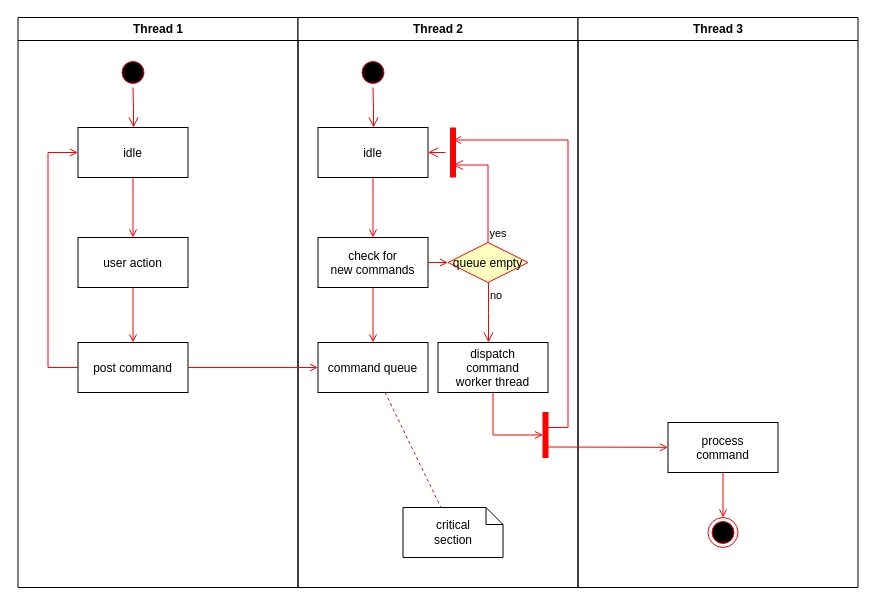
Earlier version of the draw.io diagram Untitled Diagram.drawio (SnZlateva/homework2). Source tidied: cells renumbered, new cells numbered last; positions are measured from the earlier drawing's top-left corner, leaving out a move shared by most shapes. Both pictures are drawn from the tidied source at 100%, with x=0, y=0 at pixel (17, 17).
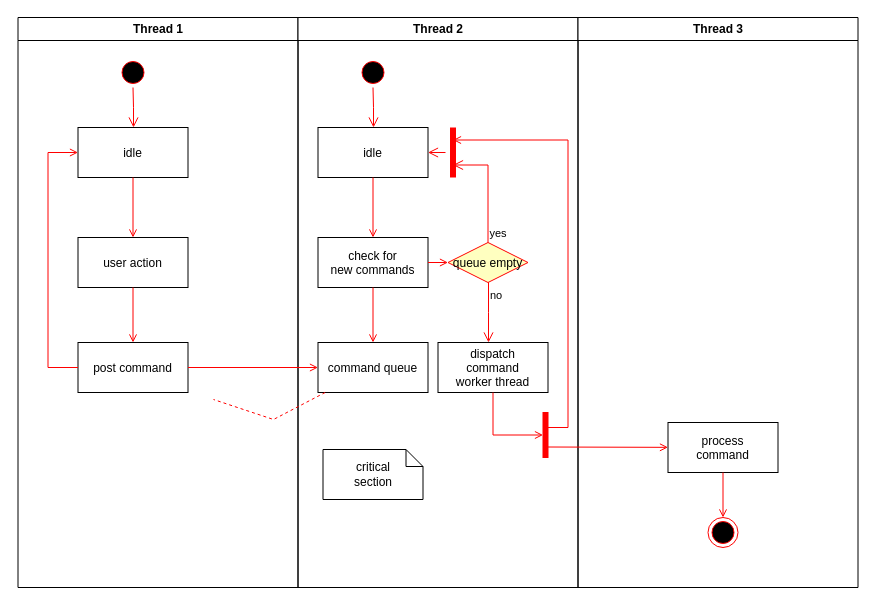
Above is the later version.

Unchanged cells that the change refers to:
```xml
<mxCell id="11" value="Thread 2" style="swimlane;whiteSpace=wrap;" parent="1" vertex="1">
  <mxGeometry x="280.5" width="280" height="570" as="geometry" />
</mxCell>
<mxCell id="17" value="command queue" parent="11" vertex="1">
  <mxGeometry x="20" y="325" width="110" height="50" as="geometry" />
</mxCell>
```

The edit, as a diff of the source:
```diff
@@
     <mxCell id="26" value="critical&#10;section" style="shape=note;whiteSpace=wrap;size=17;" parent="11" vertex="1">
-      <mxGeometry x="105" y="490" width="100" height="50" as="geometry" />
+      <mxGeometry x="25" y="432" width="100" height="50" as="geometry" />
     </mxCell>
-    <mxCell id="27" style="endArrow=none;strokeColor=#FF0000;endFill=0;rounded=0;dashed=1;" parent="11" edge="1" source="17" target="26">
-      <mxGeometry relative="1" as="geometry" />
+    <mxCell id="27" style="endArrow=none;strokeColor=#FF0000;endFill=0;rounded=0;dashed=1;" parent="11" edge="1" source="17">
+      <mxGeometry relative="1" as="geometry">
+        <mxPoint x="-84.5" y="382" as="targetPoint" />
+        <Array as="points">
+          <mxPoint x="-24.5" y="402" />
+        </Array>
+      </mxGeometry>
     </mxCell>
```
